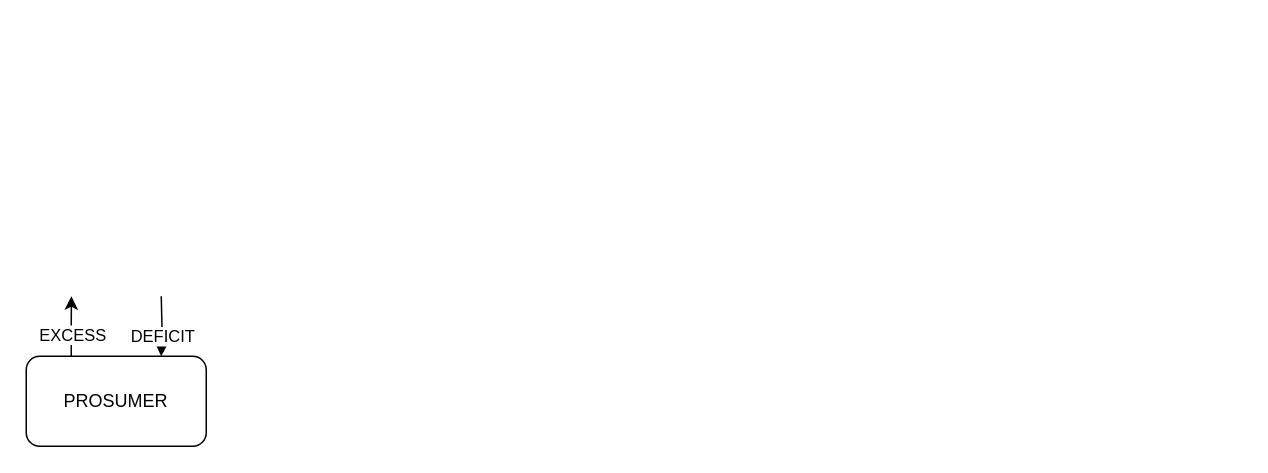
The draw.io diagram multiuser.drawio in neethumaya/RoughWork, before the edit. Source tidied: cells renumbered, new cells numbered last; positions are measured from the earlier drawing's top-left corner, leaving out a move shared by most shapes. Both pictures are drawn from the tidied source at 150%, with x=0, y=0 at pixel (26, 296).
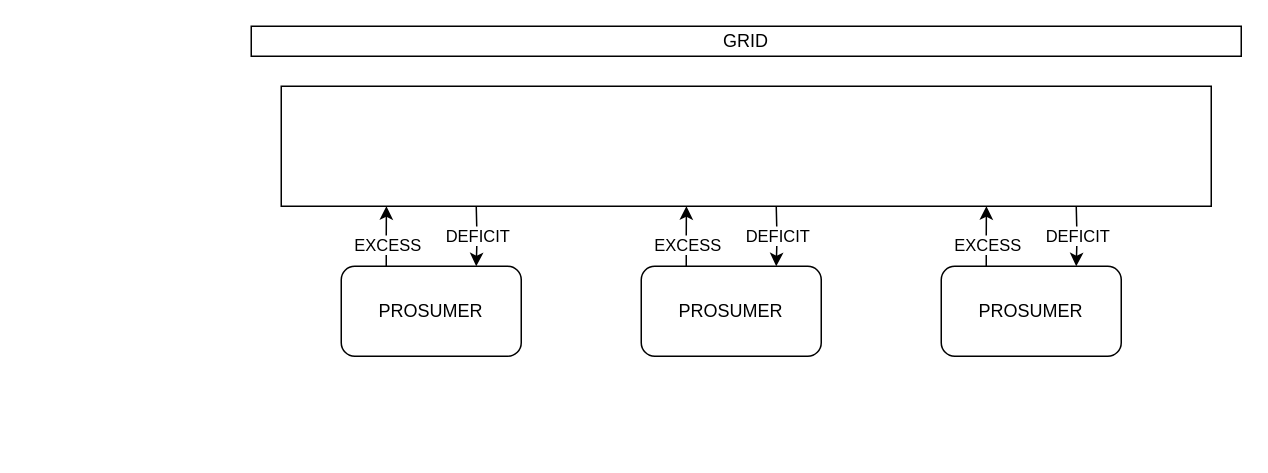
The same page after the edit.

Change to the diagram source:
```diff
@@
-    <mxCell id="2" style="edgeStyle=orthogonalEdgeStyle;rounded=0;jettySize=auto;html=1;exitX=0.25;exitY=0;exitDx=0;exitDy=0;" parent="1" edge="1" source="4">
-      <mxGeometry relative="1" as="geometry">
-        <mxPoint x="30.1" as="targetPoint" />
-      </mxGeometry>
-    </mxCell>
-    <mxCell id="3" value="EXCESS" style="edgeLabel;html=1;align=center;verticalAlign=middle;" parent="2" vertex="1">
-      <mxGeometry x="-0.27" relative="1" as="geometry" />
-    </mxCell>
-    <mxCell id="4" value="PROSUMER" style="rounded=1;whiteSpace=wrap;html=1;" parent="1" vertex="1">
-      <mxGeometry y="40" width="120" height="60" as="geometry" />
-    </mxCell>
-    <mxCell id="5" style="edgeStyle=orthogonalEdgeStyle;rounded=0;jettySize=auto;html=1;entryX=0.75;entryY=0;entryDx=0;entryDy=0;" parent="1" edge="1" target="4">
-      <mxGeometry relative="1" as="geometry">
-        <mxPoint x="90" as="sourcePoint" />
-      </mxGeometry>
-    </mxCell>
-    <mxCell id="6" value="DEFICIT" style="edgeLabel;html=1;align=center;verticalAlign=middle;" parent="5" vertex="1">
-      <mxGeometry x="-0.34" relative="1" as="geometry">
-        <mxPoint y="13.6" as="offset" />
-      </mxGeometry>
-    </mxCell>
+    <mxCell id="7" value="GRID" style="rounded=0;whiteSpace=wrap;html=1;" parent="1" vertex="1">
+      <mxGeometry x="150" y="-180" width="660" height="20" as="geometry" />
+    </mxCell>
+    <mxCell id="8" style="group;" parent="1" vertex="1">
+      <mxGeometry x="170" y="-140" width="620" height="180" as="geometry" />
+    </mxCell>
+    <mxCell id="9" style="rounded=0;whiteSpace=wrap;html=1;" parent="8" vertex="1">
+      <mxGeometry width="620" height="80" as="geometry" />
+    </mxCell>
+    <mxCell id="10" style="edgeStyle=orthogonalEdgeStyle;rounded=0;jettySize=auto;html=1;exitX=0.25;exitY=0;exitDx=0;exitDy=0;" parent="8" edge="1" source="12">
+      <mxGeometry relative="1" as="geometry">
+        <mxPoint x="70.1" y="80" as="targetPoint" />
+      </mxGeometry>
+    </mxCell>
+    <mxCell id="11" value="EXCESS" style="edgeLabel;html=1;align=center;verticalAlign=middle;" parent="10" vertex="1">
+      <mxGeometry x="-0.27" relative="1" as="geometry" />
+    </mxCell>
+    <mxCell id="12" value="PROSUMER" style="rounded=1;whiteSpace=wrap;html=1;" parent="8" vertex="1">
+      <mxGeometry x="40" y="120" width="120" height="60" as="geometry" />
+    </mxCell>
+    <mxCell id="13" style="edgeStyle=orthogonalEdgeStyle;rounded=0;jettySize=auto;html=1;entryX=0.75;entryY=0;entryDx=0;entryDy=0;" parent="8" edge="1" target="12">
+      <mxGeometry relative="1" as="geometry">
+        <mxPoint x="130" y="80" as="sourcePoint" />
+      </mxGeometry>
+    </mxCell>
+    <mxCell id="14" value="DEFICIT" style="edgeLabel;html=1;align=center;verticalAlign=middle;" parent="13" vertex="1">
+      <mxGeometry x="-0.34" relative="1" as="geometry">
+        <mxPoint y="6.8" as="offset" />
+      </mxGeometry>
+    </mxCell>
+    <mxCell id="15" style="edgeStyle=orthogonalEdgeStyle;rounded=0;jettySize=auto;html=1;exitX=0.25;exitY=0;exitDx=0;exitDy=0;" parent="8" edge="1" source="17">
+      <mxGeometry relative="1" as="geometry">
+        <mxPoint x="270.1" y="80" as="targetPoint" />
+      </mxGeometry>
+    </mxCell>
+    <mxCell id="16" value="EXCESS" style="edgeLabel;html=1;align=center;verticalAlign=middle;" parent="15" vertex="1">
+      <mxGeometry x="-0.27" relative="1" as="geometry" />
+    </mxCell>
+    <mxCell id="17" value="PROSUMER" style="rounded=1;whiteSpace=wrap;html=1;" parent="8" vertex="1">
+      <mxGeometry x="240" y="120" width="120" height="60" as="geometry" />
+    </mxCell>
+    <mxCell id="18" style="edgeStyle=orthogonalEdgeStyle;rounded=0;jettySize=auto;html=1;entryX=0.75;entryY=0;entryDx=0;entryDy=0;" parent="8" edge="1" target="17">
+      <mxGeometry relative="1" as="geometry">
+        <mxPoint x="330" y="80" as="sourcePoint" />
+      </mxGeometry>
+    </mxCell>
+    <mxCell id="19" value="DEFICIT" style="edgeLabel;html=1;align=center;verticalAlign=middle;" parent="18" vertex="1">
+      <mxGeometry x="-0.34" relative="1" as="geometry">
+        <mxPoint y="6.8" as="offset" />
+      </mxGeometry>
+    </mxCell>
+    <mxCell id="20" style="edgeStyle=orthogonalEdgeStyle;rounded=0;jettySize=auto;html=1;exitX=0.25;exitY=0;exitDx=0;exitDy=0;" parent="8" edge="1" source="22">
+      <mxGeometry relative="1" as="geometry">
+        <mxPoint x="470.1" y="80" as="targetPoint" />
+      </mxGeometry>
+    </mxCell>
+    <mxCell id="21" value="EXCESS" style="edgeLabel;html=1;align=center;verticalAlign=middle;" parent="20" vertex="1">
+      <mxGeometry x="-0.27" relative="1" as="geometry" />
+    </mxCell>
+    <mxCell id="22" value="PROSUMER" style="rounded=1;whiteSpace=wrap;html=1;" parent="8" vertex="1">
+      <mxGeometry x="440" y="120" width="120" height="60" as="geometry" />
+    </mxCell>
+    <mxCell id="23" style="edgeStyle=orthogonalEdgeStyle;rounded=0;jettySize=auto;html=1;entryX=0.75;entryY=0;entryDx=0;entryDy=0;" parent="8" edge="1" target="22">
+      <mxGeometry relative="1" as="geometry">
+        <mxPoint x="530" y="80" as="sourcePoint" />
+      </mxGeometry>
+    </mxCell>
+    <mxCell id="24" value="DEFICIT" style="edgeLabel;html=1;align=center;verticalAlign=middle;" parent="23" vertex="1">
+      <mxGeometry x="-0.34" relative="1" as="geometry">
+        <mxPoint y="6.8" as="offset" />
+      </mxGeometry>
+    </mxCell>
```
